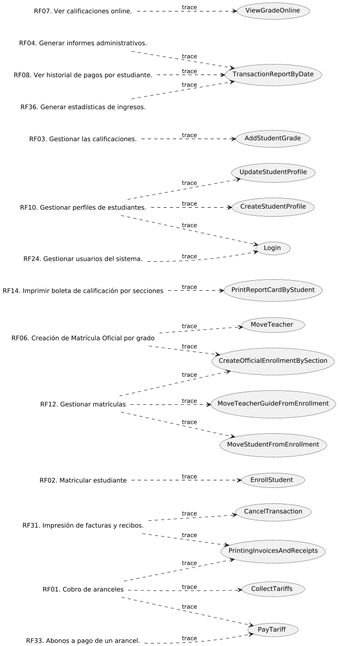
Earlier version of the PlantUML export out/UseCaseView/TRACE.Requisites-x-UseCase.png (wsmcbl/wsmcbl.doc).
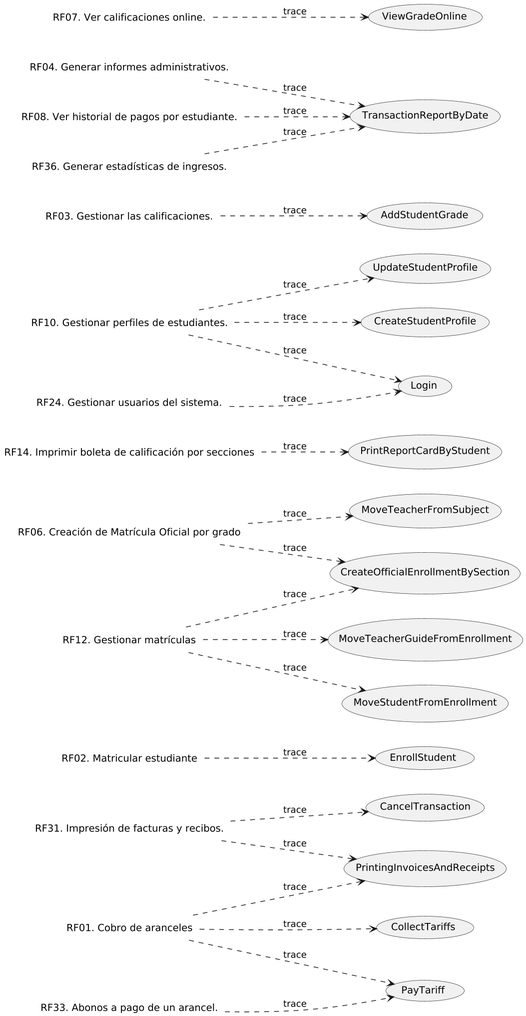
Above is the later version.

Diff of the diagram source:
```diff
@@ -1,6 +1,6 @@
 @startuml
 left to right direction
-scale 3
+scale 2
 
 Label RF01 as "RF01. Cobro de aranceles"
 Label RF02 as "RF02. Matricular estudiante"
@@ -34,7 +34,7 @@
 
 usecase CU15 as "ViewGradeOnline"
 usecase CU16 as "UpdateStudentProfile"
-usecase CU22 as "MoveTeacher"
+usecase CU22 as "MoveTeacherFromSubject"
 usecase CU23 as "MoveStudentFromEnrollment"
 usecase CU73 as "CancelTransaction"
 usecase CU75 as "TransactionReportByDate"
```
